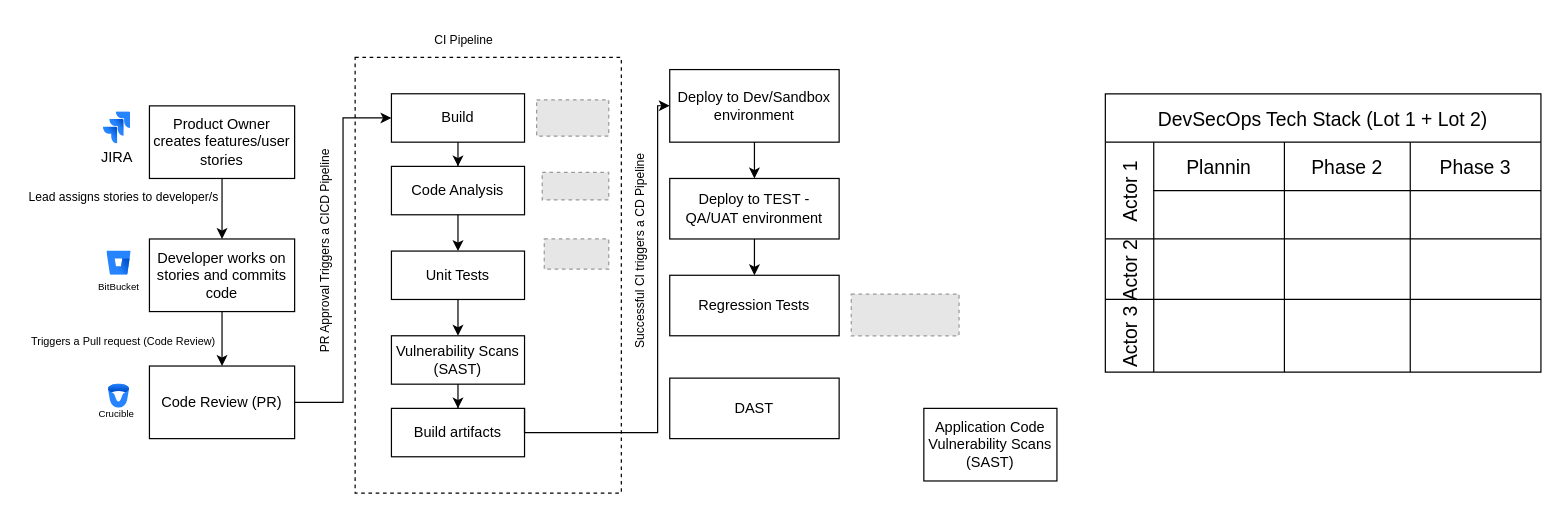
Above: devsecops.drawio in surajnaik90/Architectures-Designs (draw.io), before the change. Source tidied: cells renumbered, new cells numbered last; positions are measured from the earlier drawing's top-left corner, leaving out a move shared by most shapes. Both pictures are drawn from the tidied source at 121%, with x=0, y=0 at pixel (21, 21). Pictures stored in the file or linked from it are replaced by grey dashed boxes.
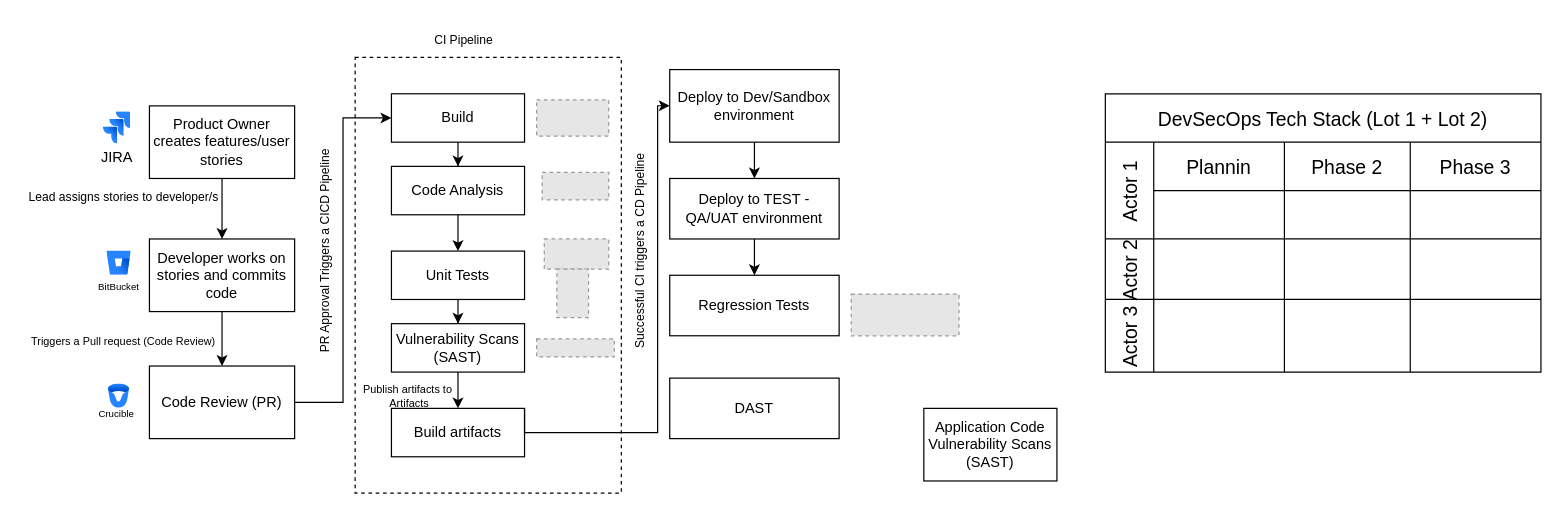
The same diagram, later.

What changed in the source:
```diff
@@
     <mxCell id="28" value="Vulnerability Scans (SAST)" style="rounded=0;whiteSpace=wrap;html=1;rotation=0;fillStyle=dots;" parent="1" vertex="1">
-      <mxGeometry x="306" y="260" width="110" height="40" as="geometry" />
+      <mxGeometry x="306" y="250" width="110" height="40" as="geometry" />
     </mxCell>
@@
+    <mxCell id="57" value="&lt;font style=&quot;font-size: 9px;&quot;&gt;Publish artifacts to&amp;nbsp;&lt;/font&gt;&lt;div&gt;&lt;font style=&quot;font-size: 9px;&quot;&gt;Artifacts&lt;/font&gt;&lt;/div&gt;" style="text;html=1;align=center;verticalAlign=middle;whiteSpace=wrap;rounded=0;fontSize=9;" parent="1" vertex="1">
+      <mxGeometry x="236" y="295" width="170" height="30" as="geometry" />
+    </mxCell>
+    <mxCell id="58" style="fillColor=#E6E6E6;strokeColor=#999999;dashed=1;verticalLabelPosition=bottom;labelBackgroundColor=default;verticalAlign=top;" parent="1" vertex="1">
+      <mxGeometry x="442.7" y="205" width="26.2" height="40" as="geometry" />
+    </mxCell>
+    <mxCell id="59" style="fillColor=#E6E6E6;strokeColor=#999999;dashed=1;verticalLabelPosition=bottom;labelBackgroundColor=default;verticalAlign=top;" parent="1" vertex="1">
+      <mxGeometry x="426" y="262.5" width="64.2" height="15" as="geometry" />
+    </mxCell>
```
